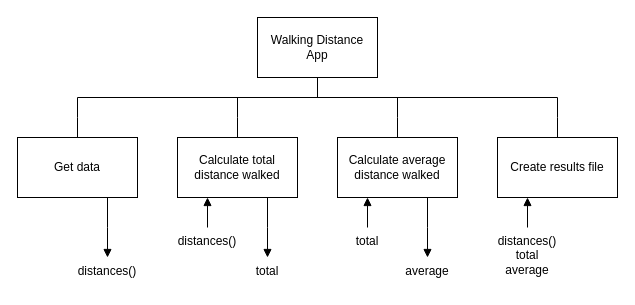
Before: h-cs/sdd/H-SDD-Walking/assets/H-SDD-Walking.drawio in MrFriendCS/MrFriendCS.github.io, a draw.io diagram. Source tidied: cells renumbered, new cells numbered last; positions are measured from the earlier drawing's top-left corner, leaving out a move shared by most shapes. Both pictures are drawn from the tidied source at 100%, with x=0, y=0 at pixel (17, 17).
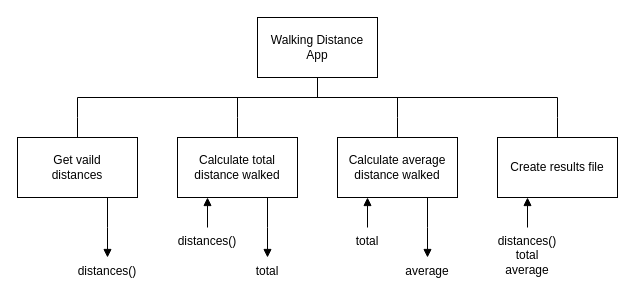
After the change.

What changed in the source:
```diff
@@
-    <mxCell id="10" value="Get data" style="rounded=0;whiteSpace=wrap;html=1;" parent="1" vertex="1">
+    <mxCell id="10" value="Get vaild&lt;div&gt;distances&lt;/div&gt;" style="rounded=0;whiteSpace=wrap;html=1;" parent="1" vertex="1">
       <mxGeometry y="120" width="120" height="60" as="geometry" />
     </mxCell>
```
